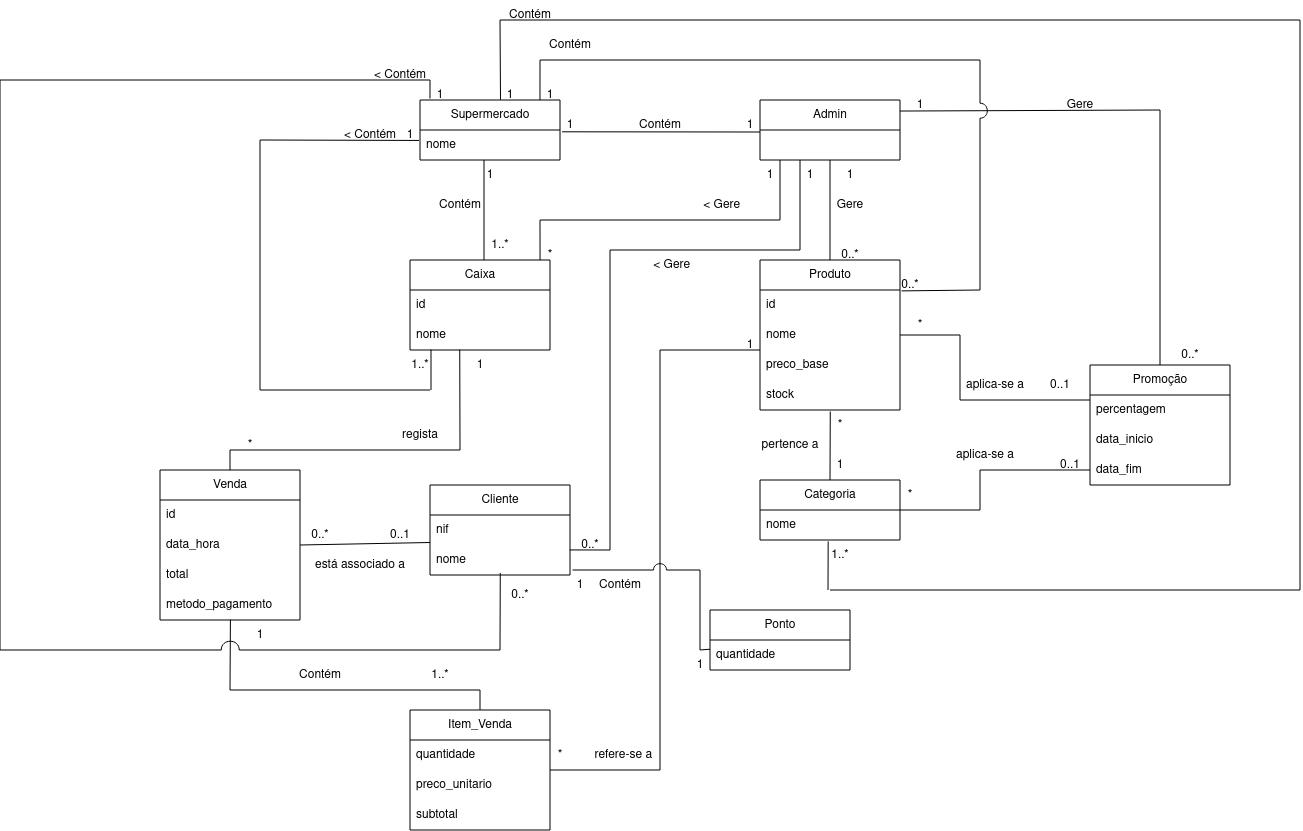
Before: Documentation/Iteration02/diagramas/domain_model.png, a diagram exported from draw.io (compaqle/fsoft2026_1DB_3). Source tidied: cells renumbered, new cells last; positions are measured from the earlier drawing's top-left corner, leaving out a move shared by most shapes.
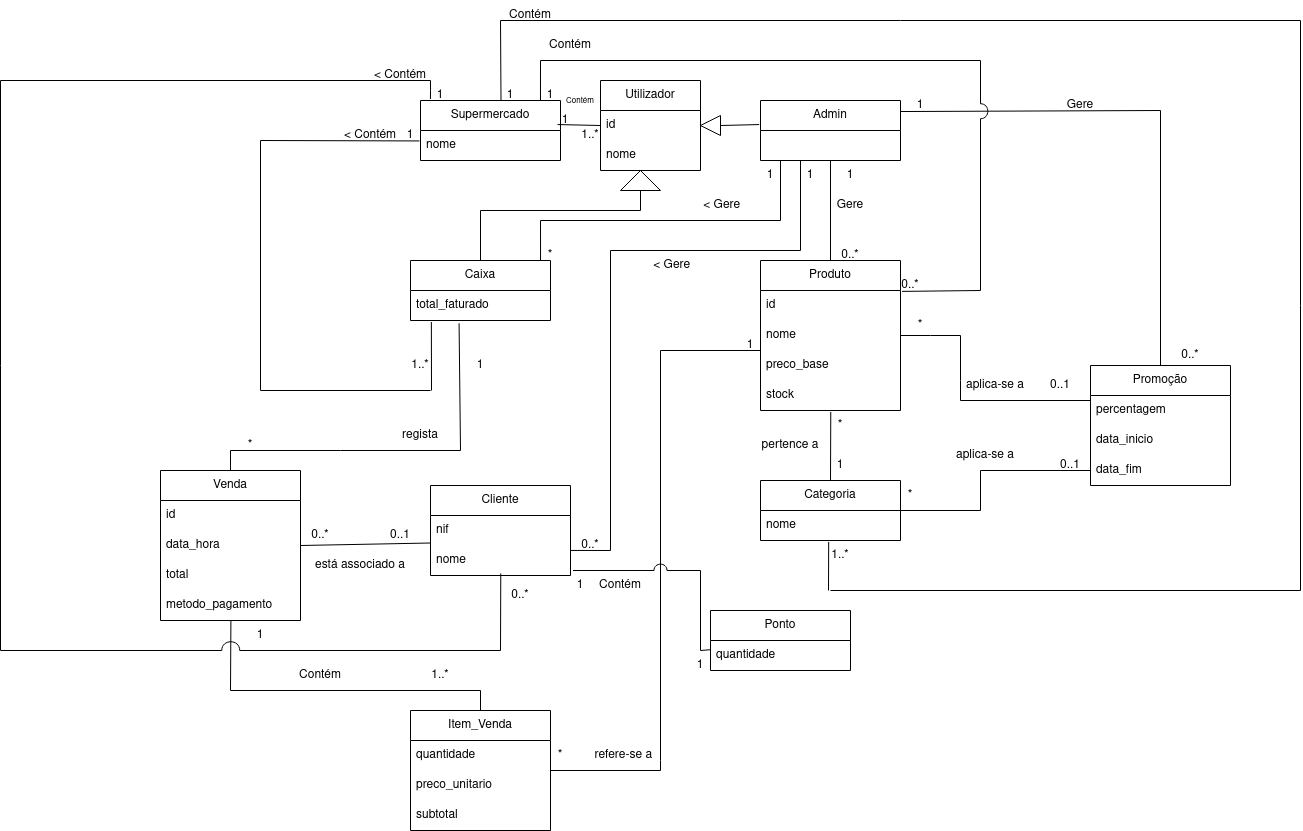
The same file after the commit.

What changed in the source:
```diff
@@ -14,23 +14,9 @@
     <mxCell id="4" value="nome" style="text;strokeColor=none;fillColor=none;align=left;verticalAlign=middle;spacingLeft=4;spacingRight=4;overflow=hidden;points=[[0,0.5],[1,0.5]];portConstraint=eastwest;whiteSpace=wrap;html=1;" parent="3" vertex="1">
       <mxGeometry y="30" width="140" height="30" as="geometry" />
     </mxCell>
-    <mxCell id="5" style="endArrow=none;html=1;rounded=0;exitX=1.015;exitY=0.06;exitDx=0;exitDy=0;exitPerimeter=0;" parent="1" edge="1" source="4">
-      <mxGeometry relative="1" as="geometry">
-        <mxPoint x="760" y="132" as="targetPoint" />
-      </mxGeometry>
-    </mxCell>
-    <mxCell id="6" value="1" style="text;html=1;whiteSpace=wrap;strokeColor=none;fillColor=none;align=center;verticalAlign=middle;rounded=0;" parent="1" vertex="1">
-      <mxGeometry x="540" y="110" width="60" height="30" as="geometry" />
-    </mxCell>
-    <mxCell id="7" value="Contém" style="text;html=1;whiteSpace=wrap;strokeColor=none;fillColor=none;align=center;verticalAlign=middle;rounded=0;" parent="1" vertex="1">
-      <mxGeometry x="630" y="110" width="60" height="30" as="geometry" />
-    </mxCell>
     <mxCell id="8" value="Admin" style="swimlane;fontStyle=0;horizontal=1;startSize=30;whiteSpace=wrap;html=1;" parent="1" vertex="1">
       <mxGeometry x="760" y="100" width="140" height="60" as="geometry" />
     </mxCell>
-    <mxCell id="9" value="1" style="text;html=1;whiteSpace=wrap;strokeColor=none;fillColor=none;align=center;verticalAlign=middle;rounded=0;" parent="1" vertex="1">
-      <mxGeometry x="720" y="110" width="60" height="30" as="geometry" />
-    </mxCell>
     <mxCell id="10" style="endArrow=none;html=1;rounded=0;exitX=0.5;exitY=1;exitDx=0;exitDy=0;" parent="1" edge="1" source="8">
       <mxGeometry relative="1" as="geometry">
         <mxPoint x="830" y="260" as="targetPoint" />
@@ -139,30 +125,12 @@
     <mxCell id="39" value="aplica-se a" style="text;html=1;whiteSpace=wrap;strokeColor=none;fillColor=none;align=center;verticalAlign=middle;rounded=0;" parent="1" vertex="1">
       <mxGeometry x="950" y="440" width="70" height="30" as="geometry" />
     </mxCell>
-    <mxCell id="40" style="endArrow=none;html=1;rounded=0;" parent="1" edge="1">
-      <mxGeometry relative="1" as="geometry">
-        <mxPoint x="484" y="160" as="sourcePoint" />
-        <mxPoint x="484" y="260" as="targetPoint" />
-      </mxGeometry>
-    </mxCell>
     <mxCell id="41" value="Caixa" style="swimlane;fontStyle=0;horizontal=1;startSize=30;whiteSpace=wrap;html=1;" parent="1" vertex="1">
-      <mxGeometry x="410" y="260" width="140" height="90" as="geometry" />
+      <mxGeometry x="410" y="260" width="140" height="60" as="geometry" />
     </mxCell>
-    <mxCell id="42" value="id" style="text;strokeColor=none;fillColor=none;align=left;verticalAlign=middle;spacingLeft=4;spacingRight=4;overflow=hidden;points=[[0,0.5],[1,0.5]];portConstraint=eastwest;whiteSpace=wrap;html=1;" parent="41" vertex="1">
+    <mxCell id="42" value="total_faturado" style="text;strokeColor=none;fillColor=none;align=left;verticalAlign=middle;spacingLeft=4;spacingRight=4;overflow=hidden;points=[[0,0.5],[1,0.5]];portConstraint=eastwest;whiteSpace=wrap;html=1;" parent="41" vertex="1">
       <mxGeometry y="30" width="140" height="30" as="geometry" />
     </mxCell>
-    <mxCell id="43" value="nome" style="text;strokeColor=none;fillColor=none;align=left;verticalAlign=middle;spacingLeft=4;spacingRight=4;overflow=hidden;points=[[0,0.5],[1,0.5]];portConstraint=eastwest;whiteSpace=wrap;html=1;" parent="41" vertex="1">
-      <mxGeometry y="60" width="140" height="30" as="geometry" />
-    </mxCell>
-    <mxCell id="44" value="1" style="text;html=1;whiteSpace=wrap;strokeColor=none;fillColor=none;align=center;verticalAlign=middle;rounded=0;" parent="1" vertex="1">
-      <mxGeometry x="460" y="160" width="60" height="30" as="geometry" />
-    </mxCell>
-    <mxCell id="45" value="1..*" style="text;html=1;whiteSpace=wrap;strokeColor=none;fillColor=none;align=center;verticalAlign=middle;rounded=0;" parent="1" vertex="1">
-      <mxGeometry x="470" y="230" width="60" height="30" as="geometry" />
-    </mxCell>
-    <mxCell id="46" value="Contém" style="text;html=1;whiteSpace=wrap;strokeColor=none;fillColor=none;align=center;verticalAlign=middle;rounded=0;" parent="1" vertex="1">
-      <mxGeometry x="430" y="190" width="60" height="30" as="geometry" />
-    </mxCell>
     <mxCell id="47" style="endArrow=none;html=1;rounded=0;" parent="1" edge="1">
       <mxGeometry relative="1" as="geometry">
         <mxPoint x="540" y="220" as="sourcePoint" />
@@ -186,9 +154,8 @@
     <mxCell id="51" value="&amp;nbsp;&amp;lt; Gere" style="text;html=1;whiteSpace=wrap;strokeColor=none;fillColor=none;align=center;verticalAlign=middle;rounded=0;" parent="1" vertex="1">
       <mxGeometry x="690" y="190" width="60" height="30" as="geometry" />
     </mxCell>
-    <mxCell id="52" style="endArrow=none;html=1;rounded=0;exitX=0.52;exitY=0.985;exitDx=0;exitDy=0;exitPerimeter=0;" parent="1" edge="1">
+    <mxCell id="52" style="endArrow=none;html=1;rounded=0;exitX=0.347;exitY=1.094;exitDx=0;exitDy=0;exitPerimeter=0;" parent="1" edge="1" source="42">
       <mxGeometry relative="1" as="geometry">
-        <mxPoint x="459.7" y="349.5" as="sourcePoint" />
         <mxPoint x="460" y="450" as="targetPoint" />
       </mxGeometry>
     </mxCell>
@@ -364,7 +331,7 @@
     <mxCell id="97" value="0..*" style="text;html=1;whiteSpace=wrap;strokeColor=none;fillColor=none;align=center;verticalAlign=middle;rounded=0;" parent="1" vertex="1">
       <mxGeometry x="1160" y="340" width="60" height="30" as="geometry" />
     </mxCell>
-    <mxCell id="98" style="endArrow=none;html=1;rounded=0;entryX=0.15;entryY=0.986;entryDx=0;entryDy=0;entryPerimeter=0;" parent="1" edge="1" target="43">
+    <mxCell id="98" style="endArrow=none;html=1;rounded=0;entryX=0.149;entryY=1.051;entryDx=0;entryDy=0;entryPerimeter=0;" parent="1" edge="1" target="42">
       <mxGeometry relative="1" as="geometry">
         <mxPoint x="431" y="390" as="sourcePoint" />
       </mxGeometry>
@@ -541,5 +508,51 @@
     <mxCell id="136" value="1" style="text;html=1;whiteSpace=wrap;strokeColor=none;fillColor=none;align=center;verticalAlign=middle;rounded=0;" parent="1" vertex="1">
       <mxGeometry x="670" y="650" width="60" height="30" as="geometry" />
     </mxCell>
+    <mxCell id="137" value="Utilizador" style="swimlane;fontStyle=0;horizontal=1;startSize=30;whiteSpace=wrap;html=1;" parent="1" vertex="1">
+      <mxGeometry x="600" y="80" width="100" height="90" as="geometry" />
+    </mxCell>
+    <mxCell id="138" value="id" style="text;strokeColor=none;fillColor=none;align=left;verticalAlign=middle;spacingLeft=4;spacingRight=4;overflow=hidden;points=[[0,0.5],[1,0.5]];portConstraint=eastwest;whiteSpace=wrap;html=1;" parent="137" vertex="1">
+      <mxGeometry y="30" width="100" height="30" as="geometry" />
+    </mxCell>
+    <mxCell id="43" value="nome" style="text;strokeColor=none;fillColor=none;align=left;verticalAlign=middle;spacingLeft=4;spacingRight=4;overflow=hidden;points=[[0,0.5],[1,0.5]];portConstraint=eastwest;whiteSpace=wrap;html=1;" parent="137" vertex="1">
+      <mxGeometry y="60" width="100" height="30" as="geometry" />
+    </mxCell>
+    <mxCell id="139" style="triangle;whiteSpace=wrap;html=1;direction=west;" parent="1" vertex="1">
+      <mxGeometry x="700" y="115" width="20" height="20" as="geometry" />
+    </mxCell>
+    <mxCell id="140" style="endArrow=none;html=1;rounded=0;entryX=-0.009;entryY=0.401;entryDx=0;entryDy=0;exitX=0;exitY=0.5;exitDx=0;exitDy=0;entryPerimeter=0;" parent="1" edge="1" source="139" target="8">
+      <mxGeometry relative="1" as="geometry" />
+    </mxCell>
+    <mxCell id="141" style="endArrow=none;html=1;rounded=0;entryX=0;entryY=0.5;entryDx=0;entryDy=0;exitX=0.979;exitY=0.401;exitDx=0;exitDy=0;exitPerimeter=0;" parent="1" edge="1" source="3" target="138">
+      <mxGeometry relative="1" as="geometry" />
+    </mxCell>
+    <mxCell id="142" value="1" style="text;html=1;whiteSpace=wrap;strokeColor=none;fillColor=none;align=center;verticalAlign=middle;rounded=0;" parent="1" vertex="1">
+      <mxGeometry x="540" y="110" width="50" height="20" as="geometry" />
+    </mxCell>
+    <mxCell id="45" value="1..*" style="text;html=1;whiteSpace=wrap;strokeColor=none;fillColor=none;align=center;verticalAlign=middle;rounded=0;" parent="1" vertex="1">
+      <mxGeometry x="560" y="120" width="60" height="30" as="geometry" />
+    </mxCell>
+    <mxCell id="143" value="&lt;font style=&quot;font-size: 8px;&quot;&gt;Contém&lt;/font&gt;" style="text;html=1;whiteSpace=wrap;strokeColor=none;fillColor=none;align=center;verticalAlign=middle;rounded=0;" parent="1" vertex="1">
+      <mxGeometry x="550" y="85" width="60" height="30" as="geometry" />
+    </mxCell>
+    <mxCell id="144" style="endArrow=none;html=1;rounded=0;exitX=0.5;exitY=0;exitDx=0;exitDy=0;" parent="1" edge="1" source="41">
+      <mxGeometry relative="1" as="geometry">
+        <mxPoint x="480" y="210" as="targetPoint" />
+      </mxGeometry>
+    </mxCell>
+    <mxCell id="145" style="endArrow=none;html=1;rounded=0;" parent="1" edge="1">
+      <mxGeometry relative="1" as="geometry">
+        <mxPoint x="480" y="210" as="sourcePoint" />
+        <mxPoint x="640" y="210" as="targetPoint" />
+      </mxGeometry>
+    </mxCell>
+    <mxCell id="146" style="endArrow=none;html=1;rounded=0;" parent="1" edge="1" target="147">
+      <mxGeometry relative="1" as="geometry">
+        <mxPoint x="640" y="210" as="sourcePoint" />
+      </mxGeometry>
+    </mxCell>
+    <mxCell id="147" style="triangle;whiteSpace=wrap;html=1;direction=north;fontStyle=4;" parent="1" vertex="1">
+      <mxGeometry x="620" y="170" width="40" height="20" as="geometry" />
+    </mxCell>
   </root>
 </mxGraphModel>
```
